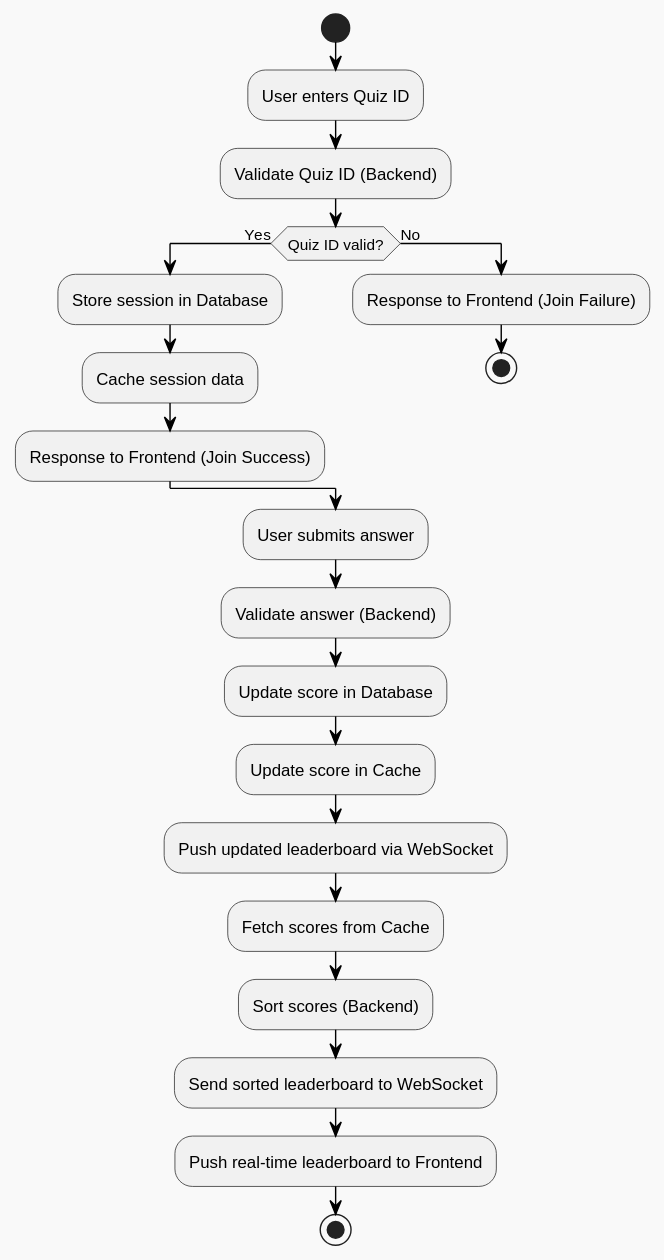
The PlantUML diagram quiz/docs/DataFlow.svg in viettq1997/quiz, before a commit.
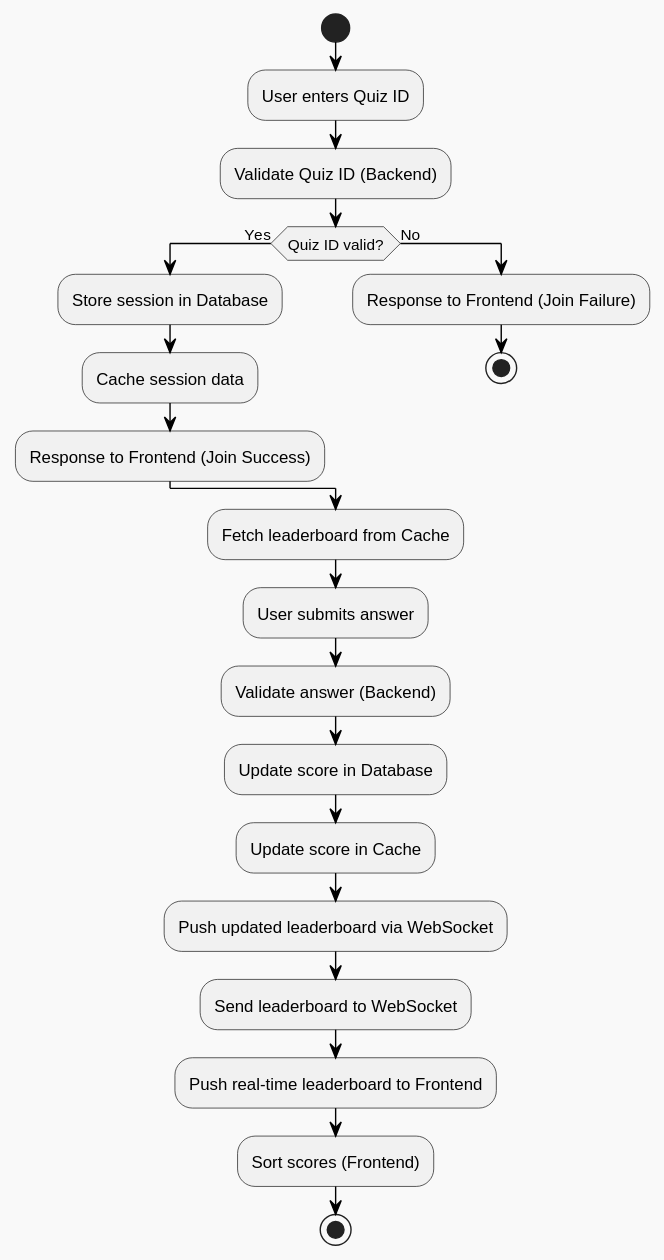
Above is the later version.

Commit message:
update data flow

The edit, as a diff of the source:
```diff
@@ -19,16 +19,15 @@
   stop
 endif
 
+:Fetch leaderboard from Cache;
 :User submits answer;
 :Validate answer (Backend);
 :Update score in Database;
 :Update score in Cache;
 :Push updated leaderboard via WebSocket;
-
-:Fetch scores from Cache;
-:Sort scores (Backend);
-:Send sorted leaderboard to WebSocket;
+:Send leaderboard to WebSocket;
 :Push real-time leaderboard to Frontend;
+:Sort scores (Frontend);
 
 stop
 @enduml
```
